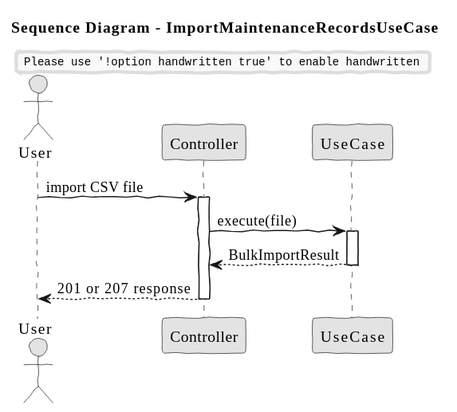
Before: docs/system-documentation/use-cases/BONUS/US225/svg/sd_ImportMaintenanceRecordsUseCase.svg, a diagram exported from PlantUML (VascoMagolo/psoft_1231562_1241692_1242036_2db).
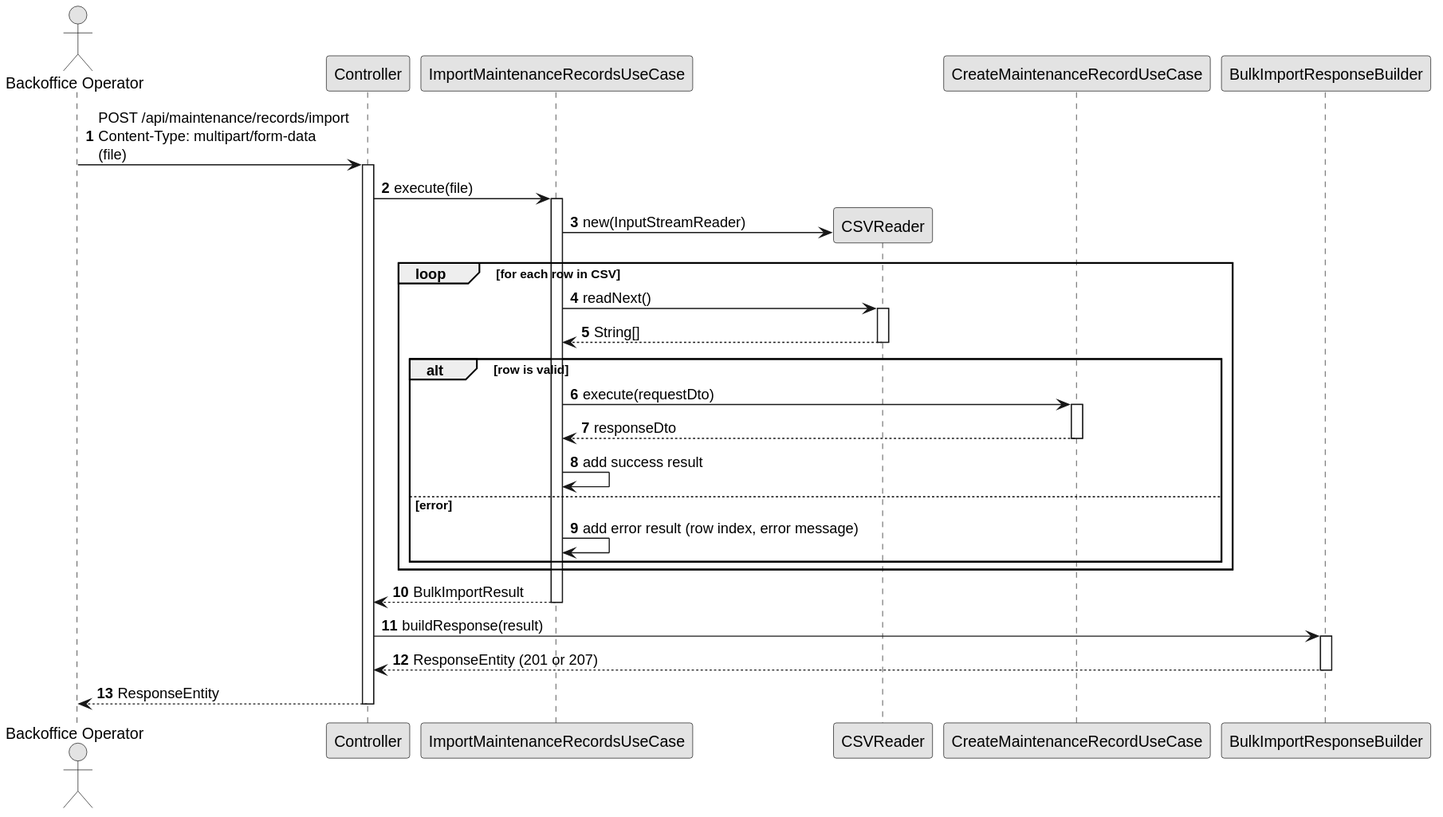
After the change.

What changed in the source:
```diff
@@ -1,22 +1,48 @@
 @startuml
-skinparam handwritten true
+autonumber
 skinparam monochrome true
 skinparam packageStyle rect
-skinparam defaultFontName FG Virgil
 skinparam shadowing false
 
-title Sequence Diagram - ImportMaintenanceRecordsUseCase
+actor "Backoffice Operator" as Actor
+participant "Controller" as Ctrl
+participant "ImportMaintenanceRecordsUseCase" as UC
+participant "CSVReader" as Reader
+participant "CreateMaintenanceRecordUseCase" as InnerUC
+participant "BulkImportResponseBuilder" as Builder
 
-actor "User" as user
-participant "Controller" as ctrl
-participant "UseCase" as uc
+Actor -> Ctrl : POST /api/maintenance/records/import\nContent-Type: multipart/form-data\n(file)
+activate Ctrl
 
-user -> ctrl: import CSV file
-activate ctrl
-ctrl -> uc: execute(file)
-activate uc
-uc --> ctrl: BulkImportResult
-deactivate uc
-ctrl --> user: 201 or 207 response
-deactivate ctrl
+Ctrl -> UC : execute(file)
+activate UC
+
+UC -> Reader ** : new(InputStreamReader)
+loop for each row in CSV
+    UC -> Reader : readNext()
+    activate Reader
+    Reader --> UC : String[]
+    deactivate Reader
+
+    alt row is valid
+        UC -> InnerUC : execute(requestDto)
+        activate InnerUC
+        InnerUC --> UC : responseDto
+        deactivate InnerUC
+        UC -> UC : add success result
+    else error
+        UC -> UC : add error result (row index, error message)
+    end
+end
+
+UC --> Ctrl : BulkImportResult
+deactivate UC
+
+Ctrl -> Builder : buildResponse(result)
+activate Builder
+Builder --> Ctrl : ResponseEntity (201 or 207)
+deactivate Builder
+
+Ctrl --> Actor : ResponseEntity
+deactivate Ctrl
 @enduml
```
